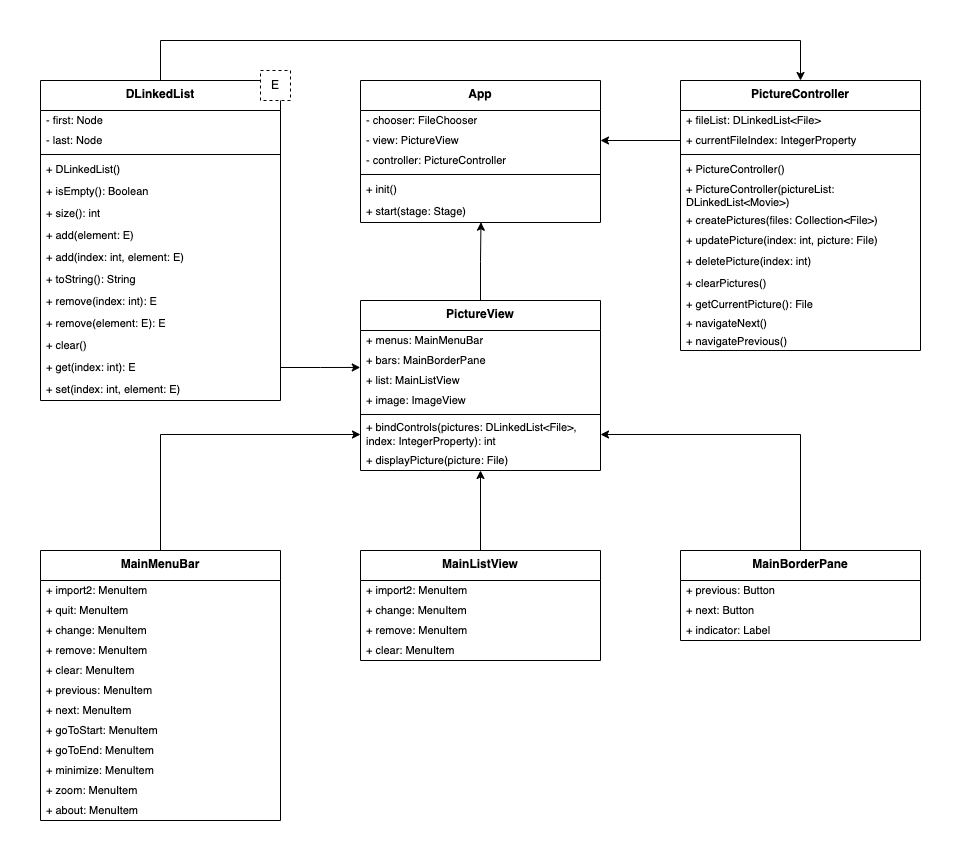
This is assignments/hw7/diagram1.png from hanggrian/IIT-ITM510, a draw.io export, as it was before one commit. Source tidied: cells renumbered, new cells last; positions are measured from the earlier drawing's top-left corner, leaving out a move shared by most shapes.
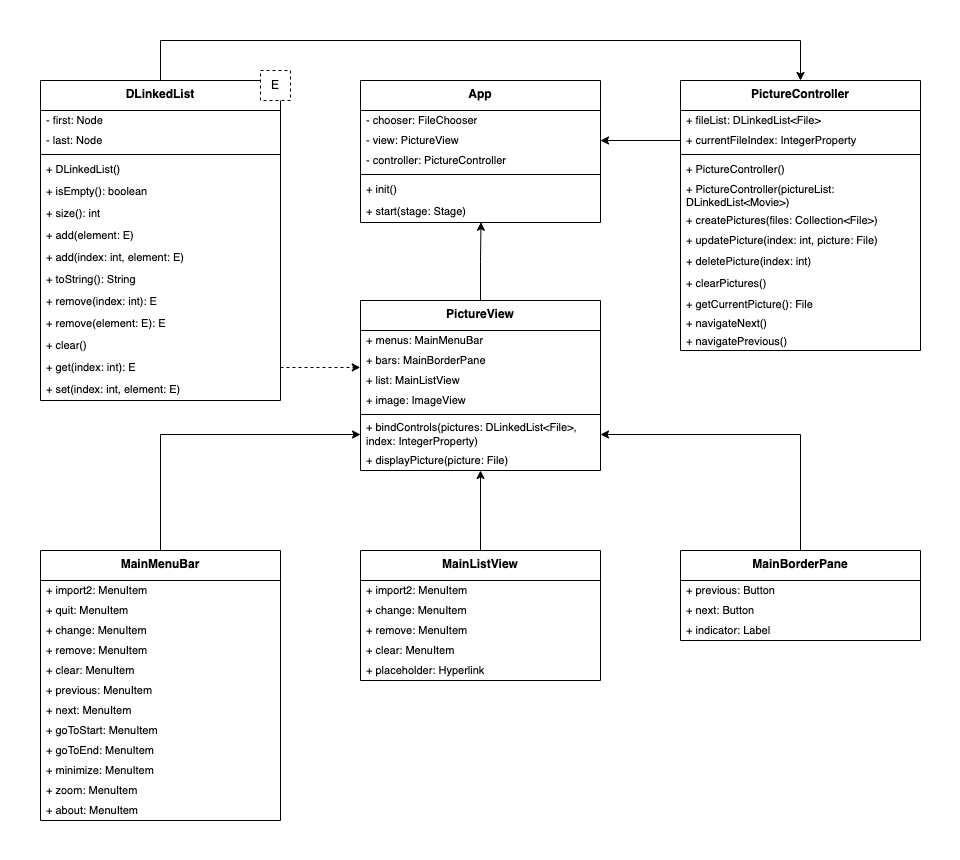
The same file after the commit.

The edit, as a diff of the source:
```diff
@@ -59,14 +59,14 @@
     <mxCell id="20" style="line;strokeWidth=1;fillColor=none;align=left;verticalAlign=middle;spacingTop=-1;spacingLeft=3;spacingRight=3;labelPosition=right;strokeColor=inherit;" parent="15" vertex="1">
       <mxGeometry y="110" width="240" height="8" as="geometry" />
     </mxCell>
-    <mxCell id="21" value="+&amp;nbsp;bindControls(pictures: DLinkedList&amp;lt;File&amp;gt;, index: IntegerProperty): int" style="text;strokeColor=none;fillColor=none;align=left;verticalAlign=middle;spacingLeft=4;spacingRight=4;overflow=hidden;points=[[0,0.5],[1,0.5]];portConstraint=eastwest;whiteSpace=wrap;html=1;fontSize=11;" parent="15" vertex="1">
+    <mxCell id="21" value="+&amp;nbsp;bindControls(pictures: DLinkedList&amp;lt;File&amp;gt;, index: IntegerProperty)" style="text;strokeColor=none;fillColor=none;align=left;verticalAlign=middle;spacingLeft=4;spacingRight=4;overflow=hidden;points=[[0,0.5],[1,0.5]];portConstraint=eastwest;whiteSpace=wrap;html=1;fontSize=11;" parent="15" vertex="1">
       <mxGeometry y="118" width="240" height="32" as="geometry" />
     </mxCell>
     <mxCell id="22" value="+&amp;nbsp;displayPicture(picture: File)" style="text;strokeColor=none;fillColor=none;align=left;verticalAlign=middle;spacingLeft=4;spacingRight=4;overflow=hidden;points=[[0,0.5],[1,0.5]];portConstraint=eastwest;whiteSpace=wrap;html=1;fontSize=11;" parent="15" vertex="1">
       <mxGeometry y="150" width="240" height="20" as="geometry" />
     </mxCell>
     <mxCell id="23" value="MainListView" style="swimlane;fontStyle=1;align=center;verticalAlign=top;horizontal=1;startSize=30;whiteSpace=wrap;html=1;" parent="1" vertex="1">
-      <mxGeometry x="320" y="510" width="240" height="110" as="geometry" />
+      <mxGeometry x="320" y="510" width="240" height="130" as="geometry" />
     </mxCell>
     <mxCell id="24" value="+ import2: MenuItem" style="text;strokeColor=none;fillColor=none;align=left;verticalAlign=middle;spacingLeft=4;spacingRight=4;overflow=hidden;whiteSpace=wrap;html=1;fontSize=11;" parent="23" vertex="1">
       <mxGeometry y="30" width="240" height="20" as="geometry" />
@@ -80,6 +80,9 @@
     <mxCell id="27" value="+ clear: MenuItem" style="text;strokeColor=none;fillColor=none;align=left;verticalAlign=middle;spacingLeft=4;spacingRight=4;overflow=hidden;whiteSpace=wrap;html=1;fontSize=11;" parent="23" vertex="1">
       <mxGeometry y="90" width="240" height="20" as="geometry" />
     </mxCell>
+    <mxCell id="75" value="+ placeholder: Hyperlink" style="text;strokeColor=none;fillColor=none;align=left;verticalAlign=middle;spacingLeft=4;spacingRight=4;overflow=hidden;whiteSpace=wrap;html=1;fontSize=11;" parent="23" vertex="1">
+      <mxGeometry y="110" width="240" height="20" as="geometry" />
+    </mxCell>
     <mxCell id="28" style="edgeStyle=orthogonalEdgeStyle;rounded=0;jettySize=auto;html=1;exitX=0.5;exitY=0;exitDx=0;exitDy=0;entryX=1;entryY=0.5;entryDx=0;entryDy=0;" parent="1" edge="1" source="29" target="21">
       <mxGeometry relative="1" as="geometry" />
     </mxCell>
@@ -181,7 +184,7 @@
     <mxCell id="59" value="+&amp;nbsp;DLinkedList()" style="text;strokeColor=none;fillColor=none;align=left;verticalAlign=middle;spacingLeft=4;spacingRight=4;overflow=hidden;whiteSpace=wrap;html=1;fontSize=11;" parent="55" vertex="1">
       <mxGeometry y="78" width="240" height="22" as="geometry" />
     </mxCell>
-    <mxCell id="60" value="+&amp;nbsp;isEmpty(): Boolean" style="text;strokeColor=none;fillColor=none;align=left;verticalAlign=middle;spacingLeft=4;spacingRight=4;overflow=hidden;whiteSpace=wrap;html=1;fontSize=11;" parent="55" vertex="1">
+    <mxCell id="60" value="+&amp;nbsp;isEmpty(): boolean" style="text;strokeColor=none;fillColor=none;align=left;verticalAlign=middle;spacingLeft=4;spacingRight=4;overflow=hidden;whiteSpace=wrap;html=1;fontSize=11;" parent="55" vertex="1">
       <mxGeometry y="100" width="240" height="22" as="geometry" />
     </mxCell>
     <mxCell id="61" value="+&amp;nbsp;size(): int" style="text;strokeColor=none;fillColor=none;align=left;verticalAlign=middle;spacingLeft=4;spacingRight=4;overflow=hidden;whiteSpace=wrap;html=1;fontSize=11;" parent="55" vertex="1">
@@ -223,7 +226,7 @@
     <mxCell id="73" style="edgeStyle=orthogonalEdgeStyle;rounded=0;jettySize=auto;html=1;exitX=0.5;exitY=0;exitDx=0;exitDy=0;entryX=0.502;entryY=0.988;entryDx=0;entryDy=0;entryPerimeter=0;" parent="1" edge="1" source="15" target="53">
       <mxGeometry relative="1" as="geometry" />
     </mxCell>
-    <mxCell id="74" style="edgeStyle=orthogonalEdgeStyle;rounded=0;jettySize=auto;html=1;exitX=1;exitY=0.5;exitDx=0;exitDy=0;entryX=-0.001;entryY=0.847;entryDx=0;entryDy=0;entryPerimeter=0;" parent="1" edge="1" source="68" target="17">
+    <mxCell id="74" style="edgeStyle=orthogonalEdgeStyle;rounded=0;jettySize=auto;html=1;exitX=1;exitY=0.5;exitDx=0;exitDy=0;entryX=-0.001;entryY=0.847;entryDx=0;entryDy=0;entryPerimeter=0;dashed=1;" parent="1" edge="1" source="68" target="17">
       <mxGeometry relative="1" as="geometry" />
     </mxCell>
   </root>
```
